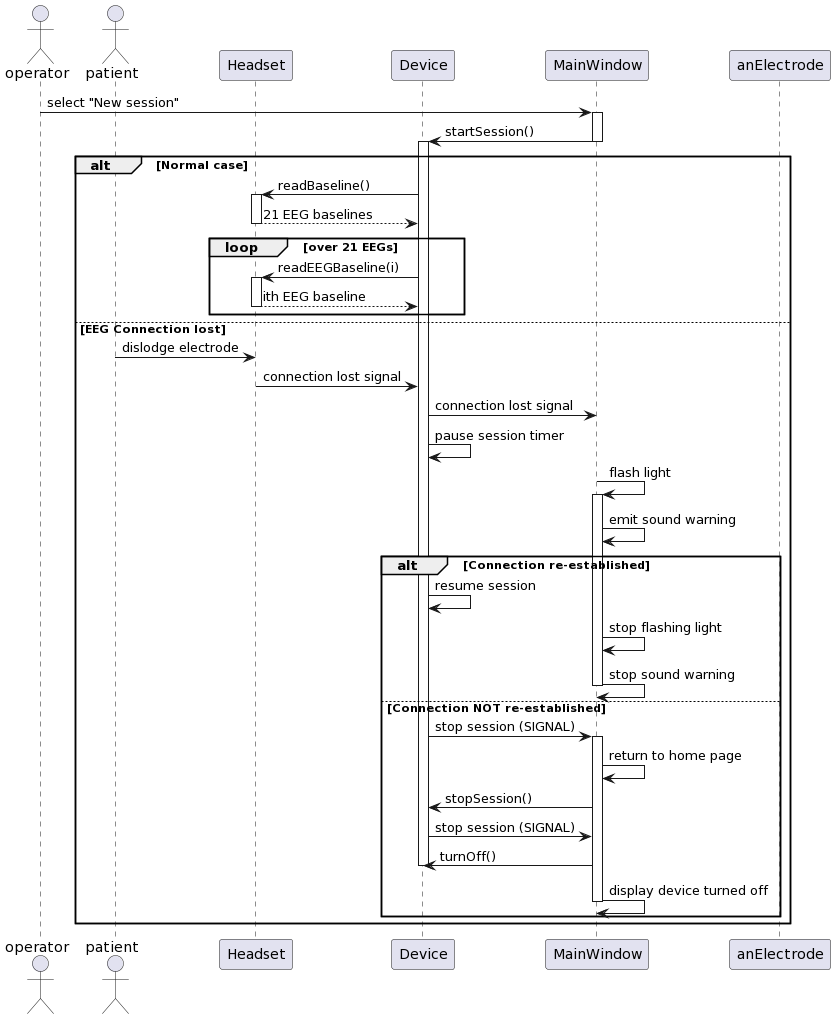
Above: neureset/docs/eeg_connection_lost.png in Gabmelom/neureset (PlantUML), before the change.
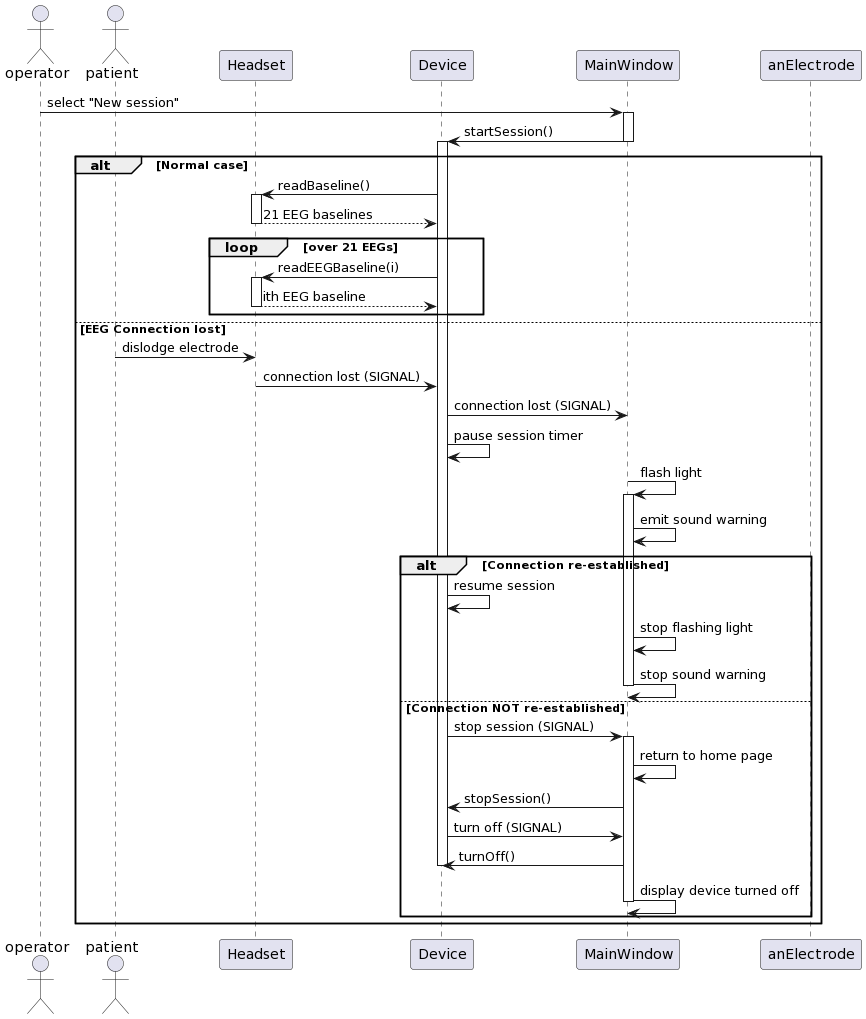
After the commit.

Commit message:
minor fixes in text for signals in sequence diagram

The edit, as a diff of the source:
```diff
@@ -26,8 +26,8 @@
 
 else EEG Connection lost
   pa -> hd: dislodge electrode
-  hd -> dev: connection lost signal
-  dev -> main: connection lost signal
+  hd -> dev: connection lost (SIGNAL)
+  dev -> main: connection lost (SIGNAL)
   dev -> dev: pause session timer
   main -> main: flash light
   activate main
@@ -44,7 +44,7 @@
     activate main
     main -> main: return to home page
     main-> dev: stopSession()
-    dev -> main: stop session (SIGNAL)
+    dev -> main: turn off (SIGNAL)
     main -> dev: turnOff()
     deactivate dev
     main -> main: display device turned off
```
